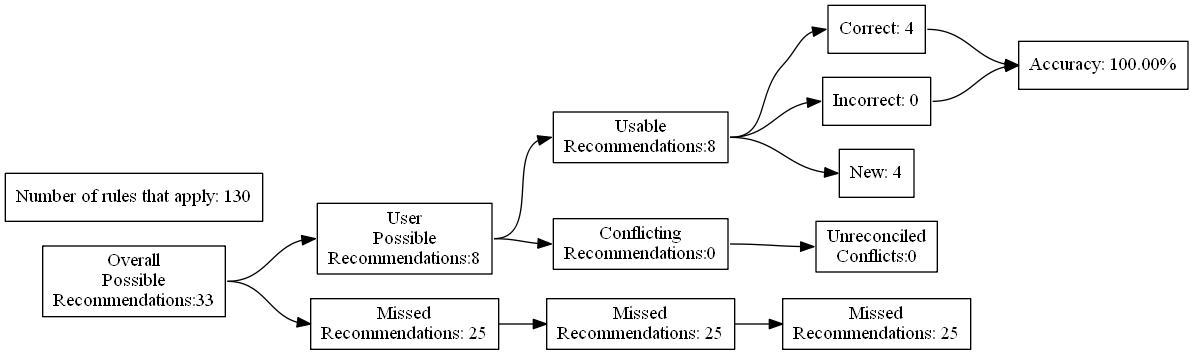
The Graphviz diagram test_renders/92.gv.png in ZaxR/ibd_diet_analysis, before a commit. Its source is kept beside it as test_renders/92.gv.
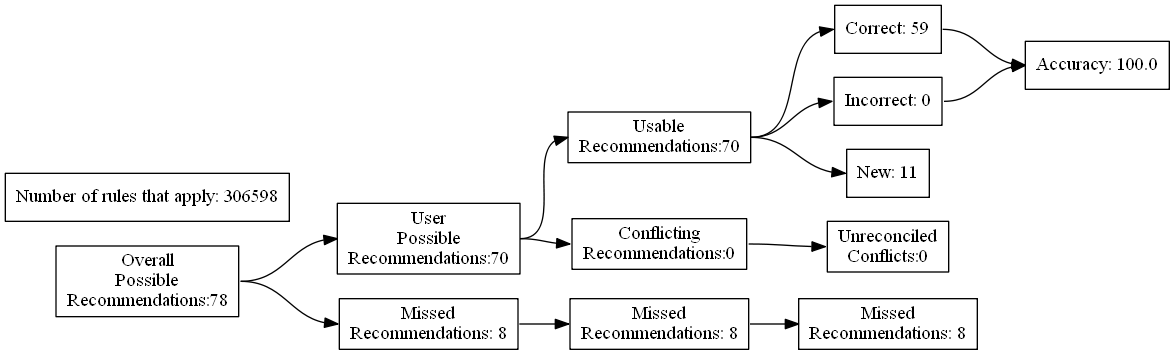
The same diagram one commit later.

What changed in the source:
```diff
@@ -4,27 +4,27 @@
 	edge [headport=w tailport=e]
 		A [label="Overall
 Possible
-Recommendations:33"]
+Recommendations:78"]
 		B [label="User
 Possible
-Recommendations:8"]
+Recommendations:70"]
 		C [label="Missed
-Recommendations: 25"]
+Recommendations: 8"]
 		D [label="Usable
-Recommendations:8"]
+Recommendations:70"]
 		E [label="Conflicting
 Recommendations:0"]
 		J [label="Missed
-Recommendations: 25"]
+Recommendations: 8"]
 		M [label="Unreconciled
 Conflicts:0"]
-		F [label="Correct: 4"]
+		F [label="Correct: 59"]
 		G [label="Incorrect: 0"]
-		H [label="New: 4"]
+		H [label="New: 11"]
 		K [label="Missed
-Recommendations: 25"]
-		I [label="Accuracy: 100.00%"]
-		l [label="Number of rules that apply: 130"]
+Recommendations: 8"]
+		I [label="Accuracy: 100.0"]
+		l [label="Number of rules that apply: 306598"]
 			A -> B
 			A -> C
 			B -> D
```
